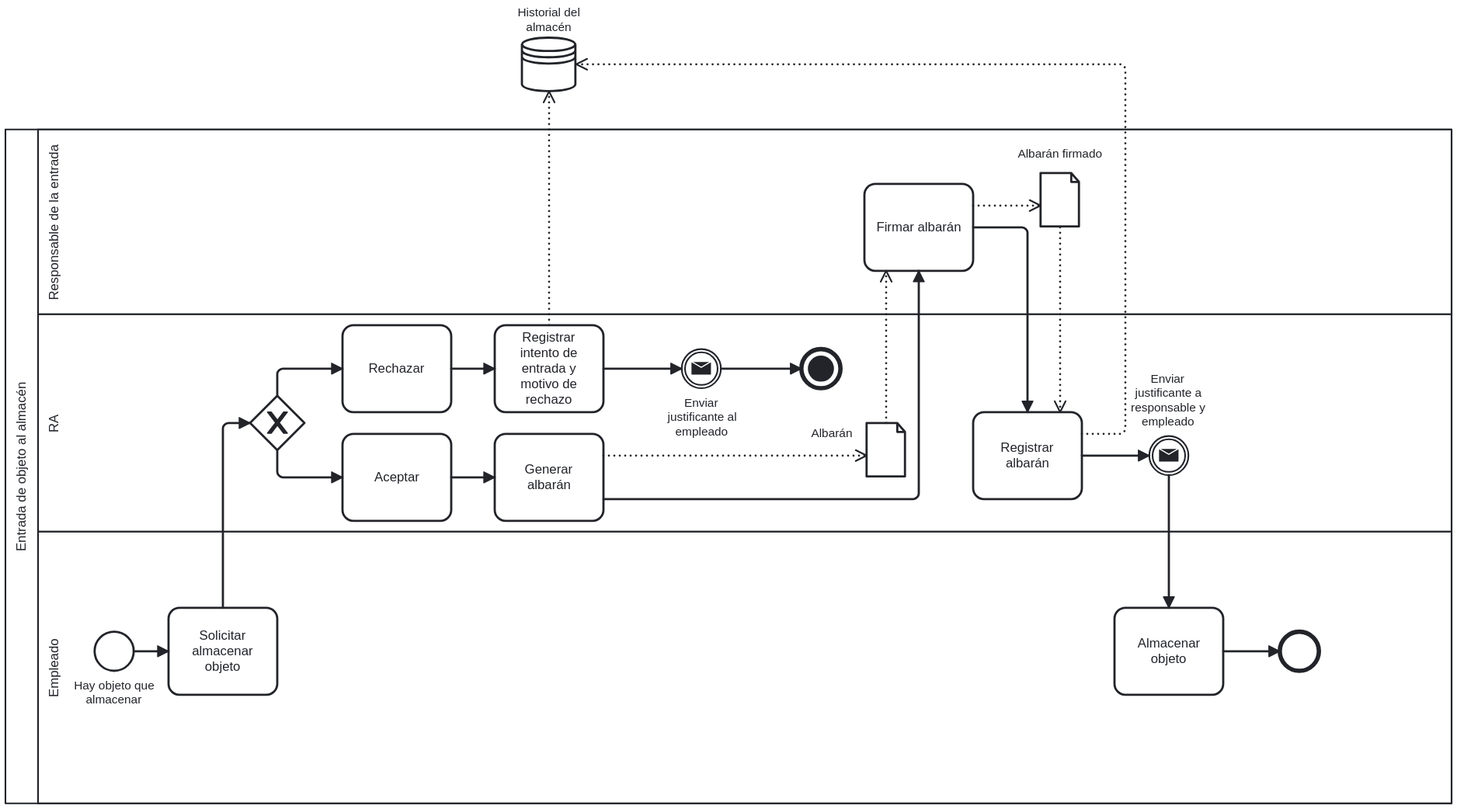
Earlier version of the BPMN export assets/Proceso a Implantar - Entrada objeto.svg (Emilio-115/Proyecto-IR-G2-12). Its source is kept beside it as Procesos de negocio/Proceso a Implantar - Entrada objeto.bpmn. Ids are renumbered.
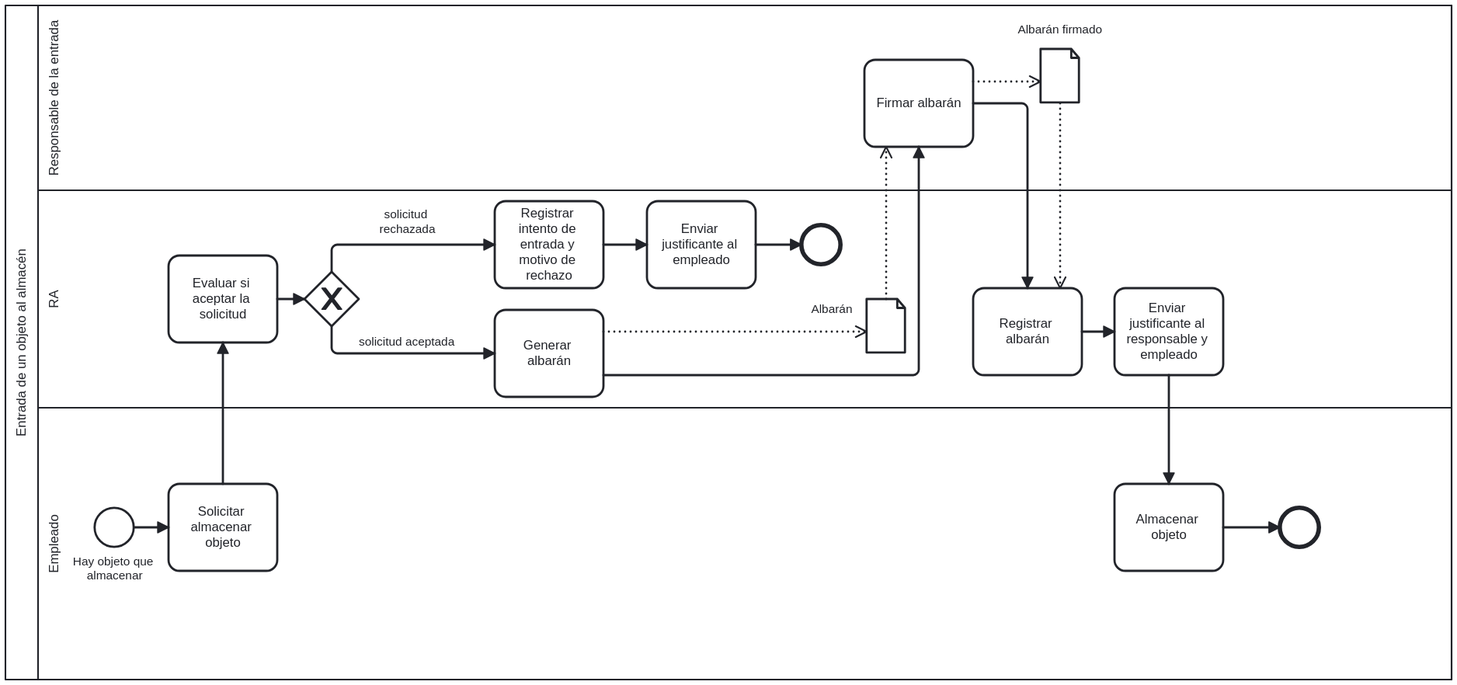
The same file after the commit.

Commit message:
Corregir procesos a implantar de entrada y salida

Diff of the diagram source:
```diff
@@ -2,3 +2,3 @@
   <collaboration id="Collaboration_n1">
-    <participant id="Participant_n2" name="Entrada de objeto al almacén" processRef="Process_1" />
+    <participant id="Participant_n2" name="Entrada de un objeto al almacén" processRef="Process_1" />
   </collaboration>
@@ -6,16 +6,2 @@
     <laneSet id="LaneSet_n3">
-      <lane id="Lane_n4" name="Responsable de la entrada">
-        <flowNodeRef>Activity_n5</flowNodeRef>
-      </lane>
-      <lane id="Lane_n6" name="RA">
-        <flowNodeRef>Activity_n7</flowNodeRef>
-        <flowNodeRef>Activity_n8</flowNodeRef>
-        <flowNodeRef>Activity_n9</flowNodeRef>
-        <flowNodeRef>Gateway_n10</flowNodeRef>
-        <flowNodeRef>Event_n11</flowNodeRef>
-        <flowNodeRef>Event_n12</flowNodeRef>
-        <flowNodeRef>Activity_n13</flowNodeRef>
-        <flowNodeRef>Activity_n14</flowNodeRef>
-        <flowNodeRef>Event_n15</flowNodeRef>
-      </lane>
       <lane id="Lane_n16" name="Empleado">
@@ -26,4 +12,16 @@
       </lane>
+      <lane id="Lane_n6" name="RA">
+        <flowNodeRef>Activity_n9</flowNodeRef>
+        <flowNodeRef>Activity_n13</flowNodeRef>
+        <flowNodeRef>Activity_n14</flowNodeRef>
+        <flowNodeRef>Activity_n50</flowNodeRef>
+        <flowNodeRef>Gateway_n10</flowNodeRef>
+        <flowNodeRef>Event_n51</flowNodeRef>
+        <flowNodeRef>Activity_n52</flowNodeRef>
+        <flowNodeRef>Activity_n53</flowNodeRef>
+      </lane>
+      <lane id="Lane_n4" name="Responsable de la entrada">
+        <flowNodeRef>Activity_n5</flowNodeRef>
+      </lane>
     </laneSet>
-    <dataStoreReference id="DataStoreReference_n21" name="Historial del almacén" />
     <task id="Activity_n17" name="Solicitar almacenar objeto">
@@ -35,33 +33,8 @@
     </startEvent>
-    <task id="Activity_n7" name="Aceptar">
+    <task id="Activity_n9" name="Registrar intento de entrada y motivo de rechazo">
+      <incoming>Flow_n26</incoming>
+      <outgoing>Flow_n54</outgoing>
+    </task>
+    <task id="Activity_n13" name="Generar albarán">
       <incoming>Flow_n24</incoming>
-      <outgoing>Flow_n25</outgoing>
-    </task>
-    <task id="Activity_n8" name="Rechazar">
-      <incoming>Flow_n26</incoming>
-      <outgoing>Flow_n27</outgoing>
-    </task>
-    <task id="Activity_n9" name="Registrar intento de entrada y motivo de rechazo">
-      <incoming>Flow_n27</incoming>
-      <outgoing>Flow_n28</outgoing>
-      <dataOutputAssociation id="DataOutputAssociation_n29">
-        <targetRef>DataStoreReference_n21</targetRef>
-      </dataOutputAssociation>
-    </task>
-    <exclusiveGateway id="Gateway_n10">
-      <incoming>Flow_n23</incoming>
-      <outgoing>Flow_n26</outgoing>
-      <outgoing>Flow_n24</outgoing>
-    </exclusiveGateway>
-    <endEvent id="Event_n11">
-      <incoming>Flow_n30</incoming>
-      <terminateEventDefinition id="TerminateEventDefinition_n31" />
-    </endEvent>
-    <intermediateThrowEvent id="Event_n12" name="Enviar justificante al empleado">
-      <incoming>Flow_n28</incoming>
-      <outgoing>Flow_n30</outgoing>
-      <messageEventDefinition id="MessageEventDefinition_n32" />
-    </intermediateThrowEvent>
-    <task id="Activity_n13" name="Generar albarán">
-      <incoming>Flow_n25</incoming>
       <outgoing>Flow_n33</outgoing>
@@ -93,5 +66,2 @@
       </dataInputAssociation>
-      <dataOutputAssociation id="DataOutputAssociation_n45">
-        <targetRef>DataStoreReference_n21</targetRef>
-      </dataOutputAssociation>
     </task>
@@ -99,9 +69,4 @@
     <dataObject id="DataObject_n46" />
-    <intermediateThrowEvent id="Event_n15" name="Enviar justificante a responsable y empleado">
-      <incoming>Flow_n42</incoming>
-      <outgoing>Flow_n47</outgoing>
-      <messageEventDefinition id="MessageEventDefinition_n48" />
-    </intermediateThrowEvent>
     <task id="Activity_n19" name="Almacenar objeto">
-      <incoming>Flow_n47</incoming>
+      <incoming>Flow_n55</incoming>
       <outgoing>Flow_n49</outgoing>
@@ -111,15 +76,34 @@
     </endEvent>
+    <task id="Activity_n50" name="Evaluar si aceptar la solicitud">
+      <incoming>Flow_n23</incoming>
+      <outgoing>Flow_n56</outgoing>
+    </task>
+    <exclusiveGateway id="Gateway_n10">
+      <incoming>Flow_n56</incoming>
+      <outgoing>Flow_n24</outgoing>
+      <outgoing>Flow_n26</outgoing>
+    </exclusiveGateway>
+    <endEvent id="Event_n51">
+      <incoming>Flow_n57</incoming>
+    </endEvent>
+    <task id="Activity_n52" name="Enviar justificante al empleado">
+      <incoming>Flow_n54</incoming>
+      <outgoing>Flow_n57</outgoing>
+    </task>
+    <task id="Activity_n53" name="Enviar justificante al responsable y empleado">
+      <incoming>Flow_n42</incoming>
+      <outgoing>Flow_n55</outgoing>
+    </task>
     <sequenceFlow id="Flow_n22" sourceRef="Event_n18" targetRef="Activity_n17" />
-    <sequenceFlow id="Flow_n23" sourceRef="Activity_n17" targetRef="Gateway_n10" />
-    <sequenceFlow id="Flow_n24" sourceRef="Gateway_n10" targetRef="Activity_n7" />
-    <sequenceFlow id="Flow_n25" sourceRef="Activity_n7" targetRef="Activity_n13" />
-    <sequenceFlow id="Flow_n26" sourceRef="Gateway_n10" targetRef="Activity_n8" />
-    <sequenceFlow id="Flow_n27" sourceRef="Activity_n8" targetRef="Activity_n9" />
-    <sequenceFlow id="Flow_n28" sourceRef="Activity_n9" targetRef="Event_n12" />
-    <sequenceFlow id="Flow_n30" sourceRef="Event_n12" targetRef="Event_n11" />
+    <sequenceFlow id="Flow_n23" sourceRef="Activity_n17" targetRef="Activity_n50" />
+    <sequenceFlow id="Flow_n26" name="solicitud rechazada" sourceRef="Gateway_n10" targetRef="Activity_n9" />
+    <sequenceFlow id="Flow_n54" sourceRef="Activity_n9" targetRef="Activity_n52" />
+    <sequenceFlow id="Flow_n24" name="solicitud aceptada" sourceRef="Gateway_n10" targetRef="Activity_n13" />
     <sequenceFlow id="Flow_n33" sourceRef="Activity_n13" targetRef="Activity_n5" />
     <sequenceFlow id="Flow_n36" sourceRef="Activity_n5" targetRef="Activity_n14" />
-    <sequenceFlow id="Flow_n42" sourceRef="Activity_n14" targetRef="Event_n15" />
-    <sequenceFlow id="Flow_n47" sourceRef="Event_n15" targetRef="Activity_n19" />
+    <sequenceFlow id="Flow_n42" sourceRef="Activity_n14" targetRef="Activity_n53" />
+    <sequenceFlow id="Flow_n55" sourceRef="Activity_n53" targetRef="Activity_n19" />
     <sequenceFlow id="Flow_n49" sourceRef="Activity_n19" targetRef="Event_n20" />
+    <sequenceFlow id="Flow_n56" sourceRef="Activity_n50" targetRef="Gateway_n10" />
+    <sequenceFlow id="Flow_n57" sourceRef="Activity_n52" targetRef="Event_n51" />
   </process>
@@ -128,3 +112,11 @@
       <bpmndi:BPMNShape id="Participant_n2_di" bpmnElement="Participant_n2" isHorizontal="true">
-        <omgdc:Bounds x="160" y="190" width="1330" height="620" />
+        <omgdc:Bounds x="160" y="80" width="1330" height="620" />
+        <bpmndi:BPMNLabel />
+      </bpmndi:BPMNShape>
+      <bpmndi:BPMNShape id="Lane_n16_di" bpmnElement="Lane_n16" isHorizontal="true">
+        <omgdc:Bounds x="190" y="450" width="1300" height="250" />
+        <bpmndi:BPMNLabel />
+      </bpmndi:BPMNShape>
+      <bpmndi:BPMNShape id="Lane_n6_di" bpmnElement="Lane_n6" isHorizontal="true">
+        <omgdc:Bounds x="190" y="250" width="1300" height="200" />
         <bpmndi:BPMNLabel />
@@ -132,11 +124,3 @@
       <bpmndi:BPMNShape id="Lane_n4_di" bpmnElement="Lane_n4" isHorizontal="true">
-        <omgdc:Bounds x="190" y="190" width="1300" height="170" />
-        <bpmndi:BPMNLabel />
-      </bpmndi:BPMNShape>
-      <bpmndi:BPMNShape id="Lane_n6_di" bpmnElement="Lane_n6" isHorizontal="true">
-        <omgdc:Bounds x="190" y="360" width="1300" height="200" />
-        <bpmndi:BPMNLabel />
-      </bpmndi:BPMNShape>
-      <bpmndi:BPMNShape id="Lane_n16_di" bpmnElement="Lane_n16" isHorizontal="true">
-        <omgdc:Bounds x="190" y="560" width="1300" height="250" />
+        <omgdc:Bounds x="190" y="80" width="1300" height="170" />
         <bpmndi:BPMNLabel />
@@ -144,3 +128,3 @@
       <bpmndi:BPMNShape id="Activity_n17_di" bpmnElement="Activity_n17">
-        <omgdc:Bounds x="310" y="630" width="100" height="80" />
+        <omgdc:Bounds x="310" y="520" width="100" height="80" />
         <bpmndi:BPMNLabel />
@@ -148,33 +132,13 @@
       <bpmndi:BPMNShape id="Event_n18_di" bpmnElement="Event_n18">
-        <omgdc:Bounds x="242" y="652" width="36" height="36" />
+        <omgdc:Bounds x="242" y="542" width="36" height="36" />
         <bpmndi:BPMNLabel>
-          <omgdc:Bounds x="223" y="695" width="75" height="27" />
+          <omgdc:Bounds x="222" y="585" width="78" height="27" />
         </bpmndi:BPMNLabel>
       </bpmndi:BPMNShape>
-      <bpmndi:BPMNShape id="Activity_n7_di" bpmnElement="Activity_n7">
-        <omgdc:Bounds x="470" y="470" width="100" height="80" />
+      <bpmndi:BPMNShape id="Activity_n9_di" bpmnElement="Activity_n9">
+        <omgdc:Bounds x="610" y="260" width="100" height="80" />
         <bpmndi:BPMNLabel />
       </bpmndi:BPMNShape>
-      <bpmndi:BPMNShape id="Activity_n8_di" bpmnElement="Activity_n8">
-        <omgdc:Bounds x="470" y="370" width="100" height="80" />
-        <bpmndi:BPMNLabel />
-      </bpmndi:BPMNShape>
-      <bpmndi:BPMNShape id="Activity_n9_di" bpmnElement="Activity_n9">
-        <omgdc:Bounds x="610" y="370" width="100" height="80" />
-        <bpmndi:BPMNLabel />
-      </bpmndi:BPMNShape>
-      <bpmndi:BPMNShape id="Gateway_n10_di" bpmnElement="Gateway_n10" isMarkerVisible="true">
-        <omgdc:Bounds x="385" y="435" width="50" height="50" />
-      </bpmndi:BPMNShape>
-      <bpmndi:BPMNShape id="Event_n11_di" bpmnElement="Event_n11">
-        <omgdc:Bounds x="892" y="392" width="36" height="36" />
-      </bpmndi:BPMNShape>
-      <bpmndi:BPMNShape id="Event_n12_di" bpmnElement="Event_n12">
-        <omgdc:Bounds x="782" y="392" width="36" height="36" />
-        <bpmndi:BPMNLabel>
-          <omgdc:Bounds x="769" y="435" width="63" height="40" />
-        </bpmndi:BPMNLabel>
-      </bpmndi:BPMNShape>
       <bpmndi:BPMNShape id="Activity_n13_di" bpmnElement="Activity_n13">
-        <omgdc:Bounds x="610" y="470" width="100" height="80" />
+        <omgdc:Bounds x="610" y="360" width="100" height="80" />
         <bpmndi:BPMNLabel />
@@ -182,3 +146,3 @@
       <bpmndi:BPMNShape id="Activity_n5_di" bpmnElement="Activity_n5">
-        <omgdc:Bounds x="950" y="240" width="100" height="80" />
+        <omgdc:Bounds x="950" y="130" width="100" height="80" />
         <bpmndi:BPMNLabel />
@@ -186,5 +150,5 @@
       <bpmndi:BPMNShape id="DataObjectReference_n35_di" bpmnElement="DataObjectReference_n35">
-        <omgdc:Bounds x="952" y="460" width="36" height="50" />
+        <omgdc:Bounds x="952" y="350" width="36" height="50" />
         <bpmndi:BPMNLabel>
-          <omgdc:Bounds x="901" y="463" width="38" height="14" />
+          <omgdc:Bounds x="901" y="353" width="38" height="14" />
         </bpmndi:BPMNLabel>
@@ -192,3 +156,3 @@
       <bpmndi:BPMNShape id="Activity_n14_di" bpmnElement="Activity_n14">
-        <omgdc:Bounds x="1050" y="450" width="100" height="80" />
+        <omgdc:Bounds x="1050" y="340" width="100" height="80" />
         <bpmndi:BPMNLabel />
@@ -196,11 +160,5 @@
       <bpmndi:BPMNShape id="DataObjectReference_n40_di" bpmnElement="DataObjectReference_n40">
-        <omgdc:Bounds x="1112" y="230" width="36" height="50" />
+        <omgdc:Bounds x="1112" y="120" width="36" height="50" />
         <bpmndi:BPMNLabel>
-          <omgdc:Bounds x="1091" y="206" width="78" height="14" />
-        </bpmndi:BPMNLabel>
-      </bpmndi:BPMNShape>
-      <bpmndi:BPMNShape id="Event_n15_di" bpmnElement="Event_n15">
-        <omgdc:Bounds x="1212" y="472" width="36" height="36" />
-        <bpmndi:BPMNLabel>
-          <omgdc:Bounds x="1195" y="413" width="69" height="53" />
+          <omgdc:Bounds x="1091" y="96" width="78" height="14" />
         </bpmndi:BPMNLabel>
@@ -208,3 +166,3 @@
       <bpmndi:BPMNShape id="Activity_n19_di" bpmnElement="Activity_n19">
-        <omgdc:Bounds x="1180" y="630" width="100" height="80" />
+        <omgdc:Bounds x="1180" y="520" width="100" height="80" />
         <bpmndi:BPMNLabel />
@@ -212,3 +170,3 @@
       <bpmndi:BPMNShape id="Event_n20_di" bpmnElement="Event_n20">
-        <omgdc:Bounds x="1332" y="652" width="36" height="36" />
+        <omgdc:Bounds x="1332" y="542" width="36" height="36" />
         <bpmndi:BPMNLabel>
@@ -217,90 +175,93 @@
       </bpmndi:BPMNShape>
+      <bpmndi:BPMNShape id="Activity_n50_di" bpmnElement="Activity_n50">
+        <omgdc:Bounds x="310" y="310" width="100" height="80" />
+        <bpmndi:BPMNLabel />
+      </bpmndi:BPMNShape>
+      <bpmndi:BPMNShape id="Gateway_n10_di" bpmnElement="Gateway_n10" isMarkerVisible="true">
+        <omgdc:Bounds x="435" y="325" width="50" height="50" />
+      </bpmndi:BPMNShape>
+      <bpmndi:BPMNShape id="Event_n51_di" bpmnElement="Event_n51">
+        <omgdc:Bounds x="892" y="282" width="36" height="36" />
+      </bpmndi:BPMNShape>
+      <bpmndi:BPMNShape id="Activity_n52_di" bpmnElement="Activity_n52">
+        <omgdc:Bounds x="750" y="260" width="100" height="80" />
+        <bpmndi:BPMNLabel />
+      </bpmndi:BPMNShape>
+      <bpmndi:BPMNShape id="BPMNShape_n58" bpmnElement="Activity_n53">
+        <omgdc:Bounds x="1180" y="340" width="100" height="80" />
+        <bpmndi:BPMNLabel />
+      </bpmndi:BPMNShape>
       <bpmndi:BPMNEdge id="Flow_n22_di" bpmnElement="Flow_n22">
-        <omgdi:waypoint x="278" y="670" />
-        <omgdi:waypoint x="310" y="670" />
+        <omgdi:waypoint x="278" y="560" />
+        <omgdi:waypoint x="310" y="560" />
       </bpmndi:BPMNEdge>
       <bpmndi:BPMNEdge id="Flow_n23_di" bpmnElement="Flow_n23">
-        <omgdi:waypoint x="360" y="630" />
-        <omgdi:waypoint x="360" y="460" />
-        <omgdi:waypoint x="385" y="460" />
+        <omgdi:waypoint x="360" y="520" />
+        <omgdi:waypoint x="360" y="390" />
       </bpmndi:BPMNEdge>
       <bpmndi:BPMNEdge id="Flow_n24_di" bpmnElement="Flow_n24">
-        <omgdi:waypoint x="410" y="485" />
-        <omgdi:waypoint x="410" y="510" />
-        <omgdi:waypoint x="470" y="510" />
-      </bpmndi:BPMNEdge>
-      <bpmndi:BPMNEdge id="Flow_n25_di" bpmnElement="Flow_n25">
-        <omgdi:waypoint x="570" y="510" />
-        <omgdi:waypoint x="610" y="510" />
+        <omgdi:waypoint x="460" y="375" />
+        <omgdi:waypoint x="460" y="400" />
+        <omgdi:waypoint x="610" y="400" />
+        <bpmndi:BPMNLabel>
+          <omgdc:Bounds x="485" y="383" width="89" height="14" />
+        </bpmndi:BPMNLabel>
       </bpmndi:BPMNEdge>
       <bpmndi:BPMNEdge id="Flow_n26_di" bpmnElement="Flow_n26">
-        <omgdi:waypoint x="410" y="435" />
-        <omgdi:waypoint x="410" y="410" />
-        <omgdi:waypoint x="470" y="410" />
-      </bpmndi:BPMNEdge>
-      <bpmndi:BPMNEdge id="Flow_n27_di" bpmnElement="Flow_n27">
-        <omgdi:waypoint x="570" y="410" />
-        <omgdi:waypoint x="610" y="410" />
-      </bpmndi:BPMNEdge>
-      <bpmndi:BPMNEdge id="Flow_n28_di" bpmnElement="Flow_n28">
-        <omgdi:waypoint x="710" y="410" />
-        <omgdi:waypoint x="782" y="410" />
-      </bpmndi:BPMNEdge>
-      <bpmndi:BPMNEdge id="Flow_n30_di" bpmnElement="Flow_n30">
-        <omgdi:waypoint x="818" y="410" />
-        <omgdi:waypoint x="892" y="410" />
+        <omgdi:waypoint x="460" y="325" />
+        <omgdi:waypoint x="460" y="300" />
+        <omgdi:waypoint x="610" y="300" />
+        <bpmndi:BPMNLabel>
+          <omgdc:Bounds x="504" y="266" width="52" height="27" />
+        </bpmndi:BPMNLabel>
       </bpmndi:BPMNEdge>
       <bpmndi:BPMNEdge id="Flow_n33_di" bpmnElement="Flow_n33">
-        <omgdi:waypoint x="710" y="530" />
-        <omgdi:waypoint x="1000" y="530" />
-        <omgdi:waypoint x="1000" y="320" />
+        <omgdi:waypoint x="710" y="420" />
+        <omgdi:waypoint x="1000" y="420" />
+        <omgdi:waypoint x="1000" y="210" />
       </bpmndi:BPMNEdge>
       <bpmndi:BPMNEdge id="Flow_n36_di" bpmnElement="Flow_n36">
-        <omgdi:waypoint x="1050" y="280" />
-        <omgdi:waypoint x="1100" y="280" />
-        <omgdi:waypoint x="1100" y="450" />
+        <omgdi:waypoint x="1050" y="170" />
+        <omgdi:waypoint x="1100" y="170" />
+        <omgdi:waypoint x="1100" y="340" />
       </bpmndi:BPMNEdge>
       <bpmndi:BPMNEdge id="Flow_n42_di" bpmnElement="Flow_n42">
-        <omgdi:waypoint x="1150" y="490" />
-        <omgdi:waypoint x="1212" y="490" />
-      </bpmndi:BPMNEdge>
-      <bpmndi:BPMNEdge id="Flow_n47_di" bpmnElement="Flow_n47">
-        <omgdi:waypoint x="1230" y="508" />
-        <omgdi:waypoint x="1230" y="630" />
+        <omgdi:waypoint x="1150" y="380" />
+        <omgdi:waypoint x="1180" y="380" />
       </bpmndi:BPMNEdge>
       <bpmndi:BPMNEdge id="Flow_n49_di" bpmnElement="Flow_n49">
-        <omgdi:waypoint x="1280" y="670" />
-        <omgdi:waypoint x="1332" y="670" />
+        <omgdi:waypoint x="1280" y="560" />
+        <omgdi:waypoint x="1332" y="560" />
       </bpmndi:BPMNEdge>
-      <bpmndi:BPMNShape id="DataStoreReference_n21_di" bpmnElement="DataStoreReference_n21">
-        <omgdc:Bounds x="635" y="105" width="50" height="50" />
-        <bpmndi:BPMNLabel>
-          <omgdc:Bounds x="631" y="76" width="58" height="27" />
-        </bpmndi:BPMNLabel>
-      </bpmndi:BPMNShape>
-      <bpmndi:BPMNEdge id="DataOutputAssociation_n29_di" bpmnElement="DataOutputAssociation_n29">
-        <omgdi:waypoint x="660" y="370" />
-        <omgdi:waypoint x="660" y="155" />
+      <bpmndi:BPMNEdge id="Flow_n56_di" bpmnElement="Flow_n56">
+        <omgdi:waypoint x="410" y="350" />
+        <omgdi:waypoint x="435" y="350" />
+      </bpmndi:BPMNEdge>
+      <bpmndi:BPMNEdge id="Flow_n54_di" bpmnElement="Flow_n54">
+        <omgdi:waypoint x="710" y="300" />
+        <omgdi:waypoint x="750" y="300" />
+      </bpmndi:BPMNEdge>
+      <bpmndi:BPMNEdge id="Flow_n57_di" bpmnElement="Flow_n57">
+        <omgdi:waypoint x="850" y="300" />
+        <omgdi:waypoint x="892" y="300" />
+      </bpmndi:BPMNEdge>
+      <bpmndi:BPMNEdge id="Flow_n55_di" bpmnElement="Flow_n55">
+        <omgdi:waypoint x="1230" y="420" />
+        <omgdi:waypoint x="1230" y="520" />
       </bpmndi:BPMNEdge>
       <bpmndi:BPMNEdge id="DataOutputAssociation_n34_di" bpmnElement="DataOutputAssociation_n34">
-        <omgdi:waypoint x="710" y="490" />
-        <omgdi:waypoint x="952" y="490" />
+        <omgdi:waypoint x="710" y="380" />
+        <omgdi:waypoint x="952" y="380" />
       </bpmndi:BPMNEdge>
       <bpmndi:BPMNEdge id="DataInputAssociation_n38_di" bpmnElement="DataInputAssociation_n38">
-        <omgdi:waypoint x="970" y="460" />
-        <omgdi:waypoint x="970" y="320" />
+        <omgdi:waypoint x="970" y="350" />
+        <omgdi:waypoint x="970" y="210" />
       </bpmndi:BPMNEdge>
       <bpmndi:BPMNEdge id="DataOutputAssociation_n39_di" bpmnElement="DataOutputAssociation_n39">
-        <omgdi:waypoint x="1050" y="260" />
-        <omgdi:waypoint x="1112" y="260" />
+        <omgdi:waypoint x="1050" y="150" />
+        <omgdi:waypoint x="1112" y="150" />
       </bpmndi:BPMNEdge>
       <bpmndi:BPMNEdge id="DataInputAssociation_n44_di" bpmnElement="DataInputAssociation_n44">
-        <omgdi:waypoint x="1130" y="280" />
-        <omgdi:waypoint x="1130" y="450" />
-      </bpmndi:BPMNEdge>
-      <bpmndi:BPMNEdge id="DataOutputAssociation_n45_di" bpmnElement="DataOutputAssociation_n45">
-        <omgdi:waypoint x="1150" y="470" />
-        <omgdi:waypoint x="1190" y="470" />
-        <omgdi:waypoint x="1190" y="130" />
-        <omgdi:waypoint x="685" y="130" />
+        <omgdi:waypoint x="1130" y="170" />
+        <omgdi:waypoint x="1130" y="340" />
       </bpmndi:BPMNEdge>
```
